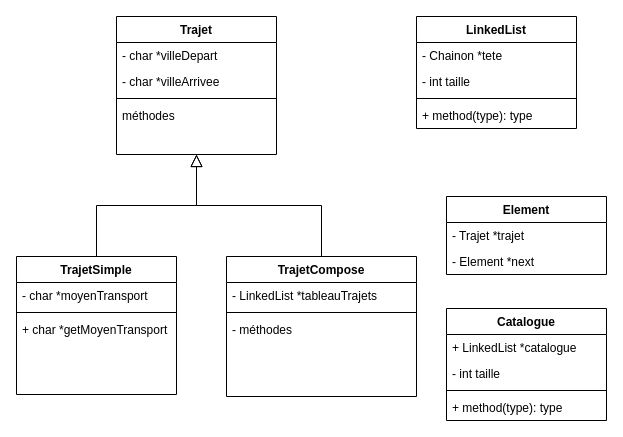
Arkpsss/CPP_TP2 keeps this draw.io diagram as CPP_TP1_UML.drawio. Above is the earlier version. Source tidied: cells renumbered, new cells numbered last; positions are measured from the earlier drawing's top-left corner, leaving out a move shared by most shapes. Both pictures are drawn from the tidied source at 100%, with x=0, y=0 at pixel (16, 16).
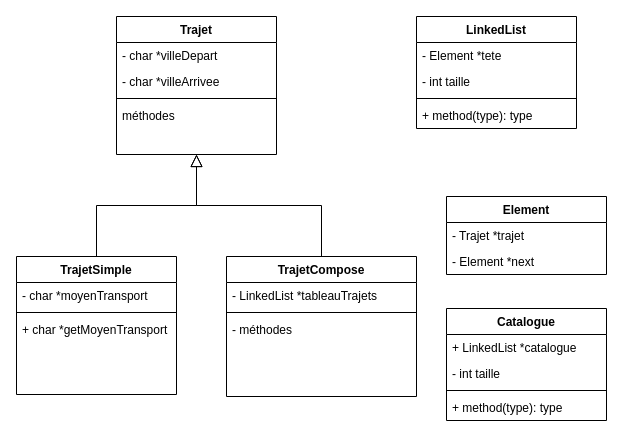
The same diagram, later.

Commit message:
Mettre à jour CPP_TP1_UML.drawio

The change refers to these unchanged cells:
```xml
<mxCell id="17" value="LinkedList" style="swimlane;fontStyle=1;align=center;verticalAlign=top;horizontal=1;startSize=26;" parent="1" vertex="1">
  <mxGeometry x="400" width="160" height="112" as="geometry" />
</mxCell>
```

What changed in the source:
```diff
@@
-    <mxCell id="18" value="- Chainon *tete&#10;" style="text;strokeColor=none;fillColor=none;align=left;verticalAlign=top;spacingLeft=4;spacingRight=4;overflow=hidden;" parent="17" vertex="1">
+    <mxCell id="18" value="- Element *tete&#10;" style="text;strokeColor=none;fillColor=none;align=left;verticalAlign=top;spacingLeft=4;spacingRight=4;overflow=hidden;" parent="17" vertex="1">
       <mxGeometry y="26" width="160" height="26" as="geometry" />
     </mxCell>
```
